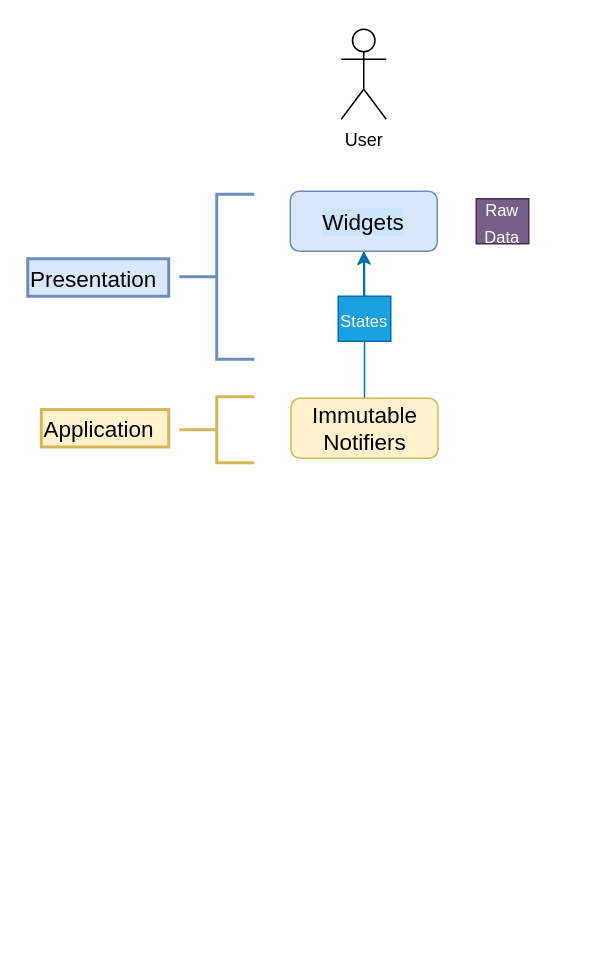
Before: flutter_architecture.drawio in jeks0n/flutter_architecture, a draw.io diagram. Source tidied: cells renumbered, new cells numbered last; positions are measured from the earlier drawing's top-left corner, leaving out a move shared by most shapes. Both pictures are drawn from the tidied source at 150%, with x=0, y=0 at pixel (27, 28).
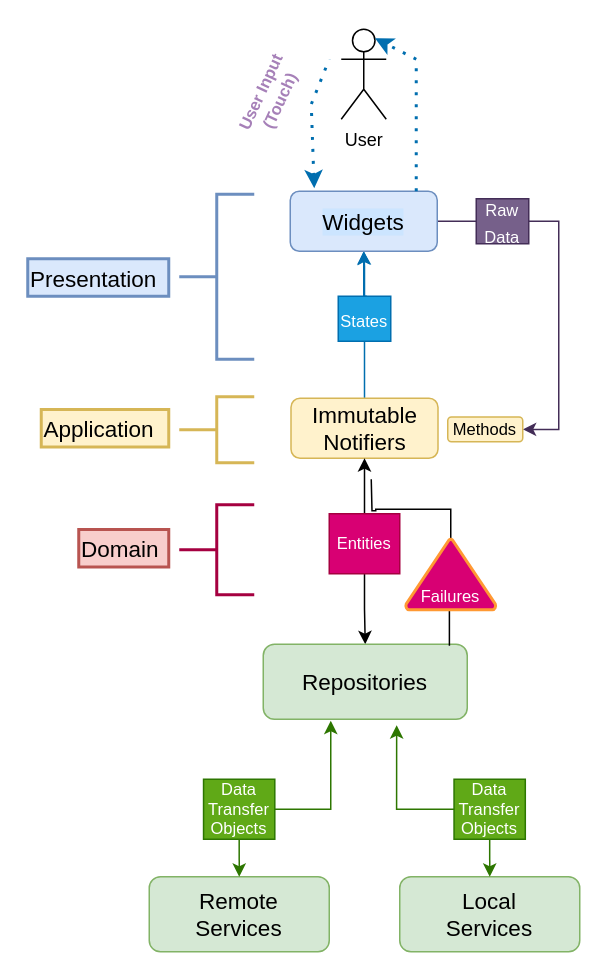
Above is the later version.

Unchanged cells that the change refers to:
```xml
<mxCell id="2" value="User" style="shape=umlActor;verticalLabelPosition=bottom;verticalAlign=top;html=1;" parent="1" vertex="1">
  <mxGeometry x="209" width="30" height="60" as="geometry" />
</mxCell>
<mxCell id="8" value="&lt;font style=&quot;font-size: 15px;&quot;&gt;Widgets&lt;/font&gt;" style="rounded=1;whiteSpace=wrap;html=1;labelBackgroundColor=#CCE5FF;fontSize=11;fillColor=#dae8fc;strokeColor=#6c8ebf;" parent="1" vertex="1">
  <mxGeometry x="175" y="108" width="98" height="40" as="geometry" />
</mxCell>
<mxCell id="10" value="&lt;font style=&quot;font-size: 15px;&quot;&gt;Immutable&lt;br&gt;Notifiers&lt;br&gt;&lt;/font&gt;" style="rounded=1;whiteSpace=wrap;html=1;labelBackgroundColor=none;fontSize=11;fillColor=#fff2cc;strokeColor=#d6b656;" parent="1" vertex="1">
  <mxGeometry x="175.5" y="246" width="98" height="40" as="geometry" />
</mxCell>
<mxCell id="13" value="&lt;font style=&quot;font-size: 11px; line-height: 1;&quot;&gt;Raw Data&lt;/font&gt;" style="rounded=0;whiteSpace=wrap;html=1;fontSize=15;fontColor=#ffffff;fillColor=#76608a;strokeColor=#432D57;" parent="1" vertex="1">
  <mxGeometry x="299" y="113" width="35" height="30" as="geometry" />
</mxCell>
```

Change to the diagram source:
```diff
@@
+    <mxCell id="14" style="edgeStyle=orthogonalEdgeStyle;rounded=0;jettySize=auto;html=1;exitX=1;exitY=0.5;exitDx=0;exitDy=0;entryX=0;entryY=0.5;entryDx=0;entryDy=0;fontSize=15;fontColor=#000000;endArrow=none;endFill=0;fillColor=#76608a;strokeColor=#432D57;" parent="1" edge="1" source="8" target="13">
+      <mxGeometry relative="1" as="geometry" />
+    </mxCell>
@@
+    <mxCell id="15" style="edgeStyle=orthogonalEdgeStyle;rounded=0;jettySize=auto;html=1;exitX=1;exitY=0.5;exitDx=0;exitDy=0;entryX=1;entryY=0.5;entryDx=0;entryDy=0;fontSize=15;fontColor=#000000;endArrow=classic;endFill=1;fillColor=#76608a;strokeColor=#432D57;" parent="1" edge="1" source="13" target="16">
+      <mxGeometry relative="1" as="geometry" />
+    </mxCell>
@@
+    <mxCell id="16" value="Methods" style="whiteSpace=wrap;html=1;fontSize=11;fillColor=#fff2cc;strokeColor=#d6b656;rounded=1;labelBackgroundColor=none;" parent="1" vertex="1">
+      <mxGeometry x="280" y="258.5" width="50" height="16.5" as="geometry" />
+    </mxCell>
+    <mxCell id="17" style="endArrow=none;dashed=1;html=1;dashPattern=1 3;strokeWidth=2;rounded=0;fontSize=15;fontColor=#000000;endFill=0;startArrow=classic;startFill=1;fillColor=#1ba1e2;strokeColor=#006EAF;exitX=0.163;exitY=-0.05;exitDx=0;exitDy=0;exitPerimeter=0;" parent="1" edge="1" source="8">
+      <mxGeometry relative="1" as="geometry">
+        <mxPoint x="201" y="20" as="targetPoint" />
+        <Array as="points">
+          <mxPoint x="189" y="50" />
+        </Array>
+      </mxGeometry>
+    </mxCell>
+    <mxCell id="18" value="User Input (Touch)" style="text;html=1;strokeColor=none;fillColor=none;align=center;verticalAlign=middle;whiteSpace=wrap;rounded=0;labelBackgroundColor=none;fontSize=11;fontColor=#A680B8;rotation=-65;fontStyle=1;" parent="1" vertex="1">
+      <mxGeometry x="117" y="30" width="90" height="30" as="geometry" />
+    </mxCell>
+    <mxCell id="19" style="endArrow=classic;dashed=1;html=1;dashPattern=1 3;strokeWidth=2;rounded=0;fontSize=11;fontColor=#A680B8;entryX=0.75;entryY=0.1;entryDx=0;entryDy=0;entryPerimeter=0;endFill=1;fillColor=#1ba1e2;strokeColor=#006EAF;exitX=0.857;exitY=0;exitDx=0;exitDy=0;exitPerimeter=0;" parent="1" edge="1" source="8" target="2">
+      <mxGeometry relative="1" as="geometry">
+        <Array as="points">
+          <mxPoint x="259" y="20" />
+        </Array>
+      </mxGeometry>
+    </mxCell>
+    <mxCell id="20" style="edgeStyle=orthogonalEdgeStyle;rounded=0;jettySize=auto;html=1;exitX=0.5;exitY=0;exitDx=0;exitDy=0;entryX=0.5;entryY=1;entryDx=0;entryDy=0;fontSize=11;fontColor=#A680B8;startArrow=none;startFill=0;endArrow=classic;endFill=1;" parent="1" edge="1" source="22" target="10">
+      <mxGeometry relative="1" as="geometry" />
+    </mxCell>
+    <mxCell id="21" style="edgeStyle=orthogonalEdgeStyle;rounded=0;jettySize=auto;html=1;exitX=0.5;exitY=1;exitDx=0;exitDy=0;entryX=0.5;entryY=0;entryDx=0;entryDy=0;fontSize=11;fontColor=#A680B8;startArrow=none;startFill=0;endArrow=classic;endFill=1;" parent="1" edge="1" source="22" target="25">
+      <mxGeometry relative="1" as="geometry" />
+    </mxCell>
+    <mxCell id="22" value="Entities" style="rounded=0;whiteSpace=wrap;html=1;labelBackgroundColor=none;fontSize=11;fontColor=#ffffff;fillColor=#d80073;strokeColor=#A50040;" parent="1" vertex="1">
+      <mxGeometry x="201" y="323" width="47" height="40" as="geometry" />
+    </mxCell>
+    <mxCell id="23" style="strokeWidth=2;html=1;shape=mxgraph.flowchart.annotation_2;align=left;labelPosition=right;fillColor=#d80073;strokeColor=#A50040;fontColor=#ffffff;" parent="1" vertex="1">
+      <mxGeometry x="101" y="317" width="50" height="60" as="geometry" />
+    </mxCell>
+    <mxCell id="24" value="&lt;font color=&quot;#000000&quot; style=&quot;font-size: 15px;&quot;&gt;Domain&lt;/font&gt;" style="whiteSpace=wrap;html=1;align=left;fillColor=#f8cecc;strokeColor=#b85450;strokeWidth=2;" parent="1" vertex="1">
+      <mxGeometry x="34" y="333.5" width="60" height="25" as="geometry" />
+    </mxCell>
+    <mxCell id="25" value="&lt;font style=&quot;font-size: 15px;&quot;&gt;Repositories&lt;br&gt;&lt;/font&gt;" style="rounded=1;whiteSpace=wrap;html=1;labelBackgroundColor=none;fontSize=11;fillColor=#d5e8d4;strokeColor=#82b366;" parent="1" vertex="1">
+      <mxGeometry x="157" y="410" width="136" height="50" as="geometry" />
+    </mxCell>
+    <mxCell id="26" style="edgeStyle=orthogonalEdgeStyle;rounded=0;orthogonalLoop=1;jettySize=auto;html=1;exitX=0.5;exitY=1;exitDx=0;exitDy=0;exitPerimeter=0;entryX=0.875;entryY=0.02;entryDx=0;entryDy=0;entryPerimeter=0;fontSize=11;fontColor=#A680B8;startArrow=none;startFill=0;endArrow=none;endFill=0;" parent="1" edge="1">
+      <mxGeometry relative="1" as="geometry">
+        <mxPoint x="278" y="387" as="sourcePoint" />
+        <mxPoint x="281.1" y="411" as="targetPoint" />
+      </mxGeometry>
+    </mxCell>
+    <mxCell id="27" style="edgeStyle=orthogonalEdgeStyle;rounded=0;jettySize=auto;html=1;exitX=0.5;exitY=0;exitDx=0;exitDy=0;exitPerimeter=0;fontSize=11;fontColor=#A680B8;startArrow=none;startFill=0;endArrow=none;endFill=0;" parent="1" edge="1" source="28">
+      <mxGeometry relative="1" as="geometry">
+        <mxPoint x="229" y="300" as="targetPoint" />
+      </mxGeometry>
+    </mxCell>
+    <mxCell id="28" value="Failures" style="strokeWidth=2;html=1;shape=mxgraph.flowchart.extract_or_measurement;whiteSpace=wrap;labelBackgroundColor=none;fontSize=11;fontColor=#ffffff;fillColor=#d80073;strokeColor=#FF9933;verticalAlign=bottom;" parent="1" vertex="1">
+      <mxGeometry x="252" y="340" width="60" height="47" as="geometry" />
+    </mxCell>
+    <mxCell id="29" value="&lt;font style=&quot;font-size: 15px;&quot;&gt;Remote&lt;br&gt;Services&lt;br&gt;&lt;/font&gt;" style="rounded=1;whiteSpace=wrap;html=1;labelBackgroundColor=none;fontSize=11;fillColor=#d5e8d4;strokeColor=#82b366;" parent="1" vertex="1">
+      <mxGeometry x="81" y="565" width="120" height="50" as="geometry" />
+    </mxCell>
+    <mxCell id="30" value="&lt;font style=&quot;font-size: 15px;&quot;&gt;Local&lt;br&gt;Services&lt;br&gt;&lt;/font&gt;" style="rounded=1;whiteSpace=wrap;html=1;labelBackgroundColor=none;fontSize=11;fillColor=#d5e8d4;strokeColor=#82b366;" parent="1" vertex="1">
+      <mxGeometry x="248" y="565" width="120" height="50" as="geometry" />
+    </mxCell>
+    <mxCell id="31" style="edgeStyle=orthogonalEdgeStyle;rounded=0;jettySize=auto;html=1;exitX=0.5;exitY=1;exitDx=0;exitDy=0;entryX=0.5;entryY=0;entryDx=0;entryDy=0;fontSize=11;fontColor=#A680B8;startArrow=none;startFill=0;endArrow=classic;endFill=1;fillColor=#60a917;strokeColor=#2D7600;" parent="1" edge="1" source="33" target="29">
+      <mxGeometry relative="1" as="geometry" />
+    </mxCell>
+    <mxCell id="32" style="edgeStyle=orthogonalEdgeStyle;rounded=0;jettySize=auto;html=1;exitX=1;exitY=0.5;exitDx=0;exitDy=0;entryX=0.331;entryY=1.02;entryDx=0;entryDy=0;entryPerimeter=0;fontSize=11;fontColor=#A680B8;startArrow=none;startFill=0;endArrow=classic;endFill=1;fillColor=#60a917;strokeColor=#2D7600;" parent="1" edge="1" source="33" target="25">
+      <mxGeometry relative="1" as="geometry" />
+    </mxCell>
+    <mxCell id="33" value="Data&lt;br&gt;Transfer&lt;br&gt;Objects" style="rounded=0;whiteSpace=wrap;html=1;labelBackgroundColor=none;fontSize=11;fontColor=#ffffff;strokeColor=#2D7600;fillColor=#60a917;" parent="1" vertex="1">
+      <mxGeometry x="117.2" y="500" width="47.5" height="40" as="geometry" />
+    </mxCell>
+    <mxCell id="34" style="edgeStyle=orthogonalEdgeStyle;rounded=0;jettySize=auto;html=1;exitX=0.5;exitY=1;exitDx=0;exitDy=0;entryX=0.5;entryY=0;entryDx=0;entryDy=0;fontSize=11;fontColor=#A680B8;startArrow=none;startFill=0;endArrow=classic;endFill=1;fillColor=#60a917;strokeColor=#2D7600;" parent="1" edge="1" source="36" target="30">
+      <mxGeometry relative="1" as="geometry" />
+    </mxCell>
+    <mxCell id="35" style="edgeStyle=orthogonalEdgeStyle;rounded=0;jettySize=auto;html=1;exitX=0;exitY=0.5;exitDx=0;exitDy=0;entryX=0.654;entryY=1.08;entryDx=0;entryDy=0;entryPerimeter=0;fontSize=11;fontColor=#A680B8;startArrow=none;startFill=0;endArrow=classic;endFill=1;fillColor=#60a917;strokeColor=#2D7600;" parent="1" edge="1" source="36" target="25">
+      <mxGeometry relative="1" as="geometry" />
+    </mxCell>
+    <mxCell id="36" value="Data&lt;br&gt;Transfer&lt;br&gt;Objects" style="rounded=0;whiteSpace=wrap;html=1;labelBackgroundColor=none;fontSize=11;fontColor=#ffffff;strokeColor=#2D7600;fillColor=#60a917;" parent="1" vertex="1">
+      <mxGeometry x="284.2" y="500" width="47.5" height="40" as="geometry" />
+    </mxCell>
```
